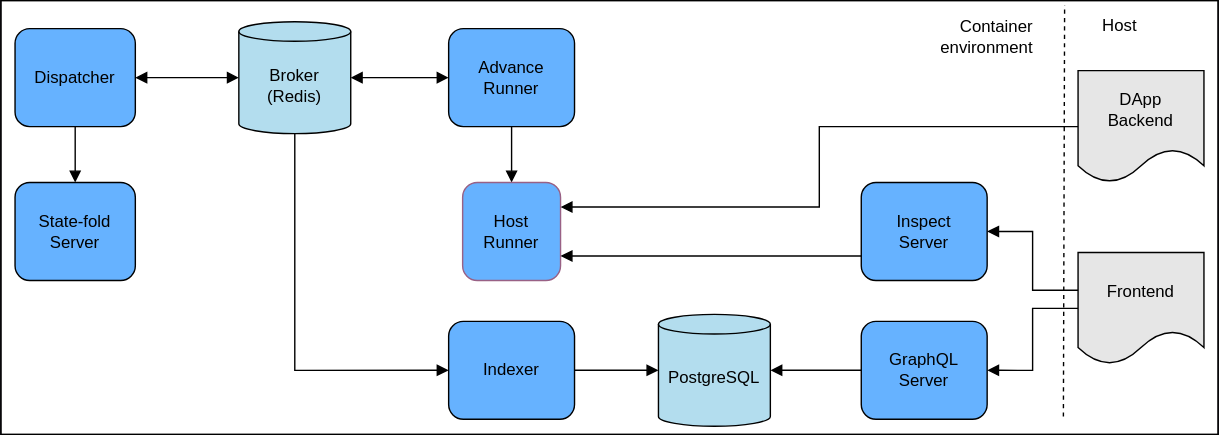
cartesi/rollups-node keeps this draw.io diagram as docs/host-architecture.drawio.svg. Above is the earlier version. Source tidied: cells renumbered, new cells last; positions are measured from the earlier drawing's top-left corner, leaving out a move shared by most shapes.
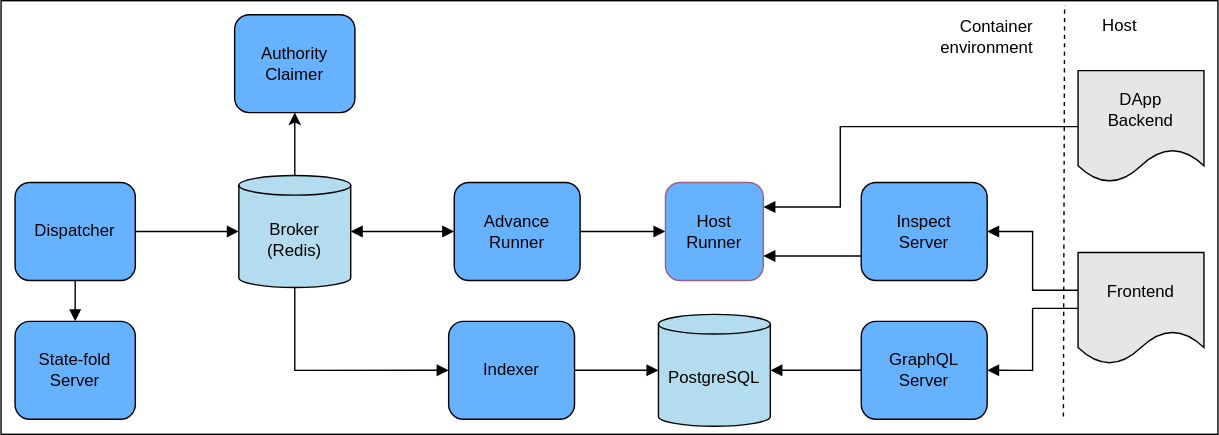
After the change.

Commit message:
docs: add authority claimer documentation to node

The edit, as a diff of the source:
```diff
@@ -5,22 +5,17 @@
     <mxCell id="2" style="rounded=0;whiteSpace=wrap;html=1;fillColor=#FFFFFF;strokeColor=#000000;" parent="1" vertex="1">
       <mxGeometry width="870" height="310" as="geometry" />
     </mxCell>
-    <mxCell id="3" style="edgeStyle=orthogonalEdgeStyle;rounded=0;jettySize=auto;html=1;" parent="1" edge="1" target="7">
-      <mxGeometry relative="1" as="geometry">
-        <mxPoint x="256" y="55" as="sourcePoint" />
-      </mxGeometry>
-    </mxCell>
     <mxCell id="4" value="PostgreSQL" style="shape=cylinder3;whiteSpace=wrap;html=1;boundedLbl=1;backgroundOutline=1;size=7;fillColor=#b3ddee;strokeColor=#000000;fontColor=#000000;" parent="1" vertex="1">
       <mxGeometry x="470" y="224.2" width="80" height="80" as="geometry" />
     </mxCell>
-    <mxCell id="5" style="html=1;verticalAlign=bottom;endArrow=block;elbow=vertical;rounded=0;entryX=0.5;entryY=0;entryDx=0;entryDy=0;strokeColor=#000000;fontColor=#000000;labelBackgroundColor=#FFFFFF;exitX=0.5;exitY=1;exitDx=0;exitDy=0;" parent="1" edge="1" source="7" target="6">
+    <mxCell id="5" style="html=1;verticalAlign=bottom;endArrow=block;elbow=vertical;rounded=0;entryX=0;entryY=0.5;entryDx=0;entryDy=0;strokeColor=#000000;fontColor=#000000;labelBackgroundColor=#FFFFFF;exitX=1;exitY=0.5;exitDx=0;exitDy=0;" parent="1" edge="1" source="7" target="6">
       <mxGeometry relative="1" as="geometry" />
     </mxCell>
     <mxCell id="6" value="Host&lt;br&gt;Runner" style="rounded=1;whiteSpace=wrap;html=1;fontSize=12;glass=0;strokeWidth=1;shadow=0;fillColor=#66B2FF;strokeColor=#996185;gradientColor=none;fontColor=#000000;" parent="1" vertex="1">
-      <mxGeometry x="330" y="130" width="70" height="70" as="geometry" />
+      <mxGeometry x="475" y="130" width="70" height="70" as="geometry" />
     </mxCell>
     <mxCell id="7" value="Advance Runner" style="rounded=1;whiteSpace=wrap;html=1;fontSize=12;glass=0;strokeWidth=1;shadow=0;fillColor=#66B2FF;strokeColor=#000000;fontColor=#000000;" parent="1" vertex="1">
-      <mxGeometry x="320" y="20" width="90" height="70" as="geometry" />
+      <mxGeometry x="324" y="130" width="90" height="70" as="geometry" />
     </mxCell>
     <mxCell id="8" style="html=1;verticalAlign=bottom;endArrow=block;elbow=vertical;rounded=0;entryX=1;entryY=0.5;entryDx=0;entryDy=0;strokeColor=#000000;fontColor=#000000;labelBackgroundColor=#FFFFFF;exitX=0;exitY=0.5;exitDx=0;exitDy=0;startArrow=block;startFill=1;entryPerimeter=0;" parent="1" edge="1" source="7" target="29">
       <mxGeometry x="0.65" y="-5" relative="1" as="geometry" />
@@ -32,15 +27,15 @@
       <mxGeometry relative="1" as="geometry" />
     </mxCell>
     <mxCell id="11" value="State-fold Server" style="rounded=1;whiteSpace=wrap;html=1;fontSize=12;glass=0;strokeWidth=1;shadow=0;fillColor=#66B2FF;fontColor=#000000;strokeColor=#000000;" parent="1" vertex="1">
-      <mxGeometry x="10" y="130" width="86" height="70" as="geometry" />
+      <mxGeometry x="10" y="229.2" width="86" height="70" as="geometry" />
     </mxCell>
     <mxCell id="12" value="Dispatcher" style="rounded=1;whiteSpace=wrap;html=1;fontSize=12;glass=0;strokeWidth=1;shadow=0;fillColor=#66B2FF;fontColor=#000000;strokeColor=#000000;" parent="1" vertex="1">
-      <mxGeometry x="10" y="20" width="86" height="70" as="geometry" />
+      <mxGeometry x="10" y="130" width="86" height="70" as="geometry" />
     </mxCell>
     <mxCell id="13" style="html=1;verticalAlign=bottom;endArrow=block;elbow=vertical;rounded=0;entryX=0.5;entryY=0;entryDx=0;entryDy=0;strokeColor=#000000;fontColor=#000000;labelBackgroundColor=#FFFFFF;exitX=0.5;exitY=1;exitDx=0;exitDy=0;" parent="1" edge="1" source="12" target="11">
       <mxGeometry relative="1" as="geometry" />
     </mxCell>
-    <mxCell id="14" style="html=1;verticalAlign=bottom;endArrow=block;elbow=vertical;rounded=0;entryX=1;entryY=0.5;entryDx=0;entryDy=0;strokeColor=#000000;fontColor=#000000;labelBackgroundColor=#FFFFFF;exitX=0;exitY=0.5;exitDx=0;exitDy=0;startArrow=block;startFill=1;exitPerimeter=0;" parent="1" edge="1" source="29" target="12">
+    <mxCell id="14" style="html=1;verticalAlign=bottom;endArrow=none;elbow=vertical;rounded=0;entryX=1;entryY=0.5;entryDx=0;entryDy=0;strokeColor=#000000;fontColor=#000000;labelBackgroundColor=#FFFFFF;exitX=0;exitY=0.5;exitDx=0;exitDy=0;startArrow=block;startFill=1;exitPerimeter=0;endFill=0;" parent="1" edge="1" source="29" target="12">
       <mxGeometry x="0.65" y="-5" relative="1" as="geometry" />
     </mxCell>
     <mxCell id="15" style="html=1;verticalAlign=bottom;endArrow=block;elbow=vertical;rounded=0;entryX=1;entryY=0.5;entryDx=0;entryDy=0;strokeColor=#000000;fontColor=#000000;labelBackgroundColor=#FFFFFF;exitX=0;exitY=0.5;exitDx=0;exitDy=0;entryPerimeter=0;" parent="1" edge="1" source="20" target="4">
@@ -74,7 +69,12 @@
       <mxGeometry x="770" y="50" width="90" height="80" as="geometry" />
     </mxCell>
     <mxCell id="25" style="html=1;verticalAlign=bottom;endArrow=block;elbow=vertical;rounded=0;entryX=1;entryY=0.25;entryDx=0;entryDy=0;strokeColor=#000000;fontColor=#000000;labelBackgroundColor=#FFFFFF;exitX=0;exitY=0.5;exitDx=0;exitDy=0;edgeStyle=orthogonalEdgeStyle;" parent="1" edge="1" source="24" target="6">
-      <mxGeometry relative="1" as="geometry" />
+      <mxGeometry relative="1" as="geometry">
+        <Array as="points">
+          <mxPoint x="600" y="90" />
+          <mxPoint x="600" y="148" />
+        </Array>
+      </mxGeometry>
     </mxCell>
     <mxCell id="26" style="endArrow=none;dashed=1;html=1;rounded=0;entryX=0.874;entryY=0.161;entryDx=0;entryDy=0;entryPerimeter=0;strokeColor=#000000;exitX=0.873;exitY=1.014;exitDx=0;exitDy=0;exitPerimeter=0;" parent="1" edge="1">
       <mxGeometry relative="1" as="geometry">
@@ -88,8 +88,14 @@
     <mxCell id="28" value="Host" style="text;html=1;strokeColor=none;fillColor=none;align=center;verticalAlign=middle;whiteSpace=wrap;rounded=0;fontColor=#000000;" parent="1" vertex="1">
       <mxGeometry x="770" width="60" height="35" as="geometry" />
     </mxCell>
+    <mxCell id="30" style="edgeStyle=orthogonalEdgeStyle;rounded=0;jettySize=auto;html=1;exitX=0.5;exitY=0;exitDx=0;exitDy=0;exitPerimeter=0;entryX=0.5;entryY=1;entryDx=0;entryDy=0;" parent="1" edge="1" source="29" target="31">
+      <mxGeometry relative="1" as="geometry" />
+    </mxCell>
     <mxCell id="29" value="Broker&lt;br&gt;(Redis)" style="shape=cylinder3;whiteSpace=wrap;html=1;boundedLbl=1;backgroundOutline=1;size=7;fillColor=#b3ddee;strokeColor=#000000;fontColor=#000000;" parent="1" vertex="1">
-      <mxGeometry x="170" y="15" width="80" height="80" as="geometry" />
+      <mxGeometry x="170" y="125" width="80" height="80" as="geometry" />
     </mxCell>
+    <mxCell id="31" value="Authority Claimer" style="rounded=1;whiteSpace=wrap;html=1;fontSize=12;glass=0;strokeWidth=1;shadow=0;fillColor=#66B2FF;fontColor=#000000;strokeColor=#000000;" parent="1" vertex="1">
+      <mxGeometry x="167" y="10" width="86" height="70" as="geometry" />
+    </mxCell>
   </root>
 </mxGraphModel>
```
